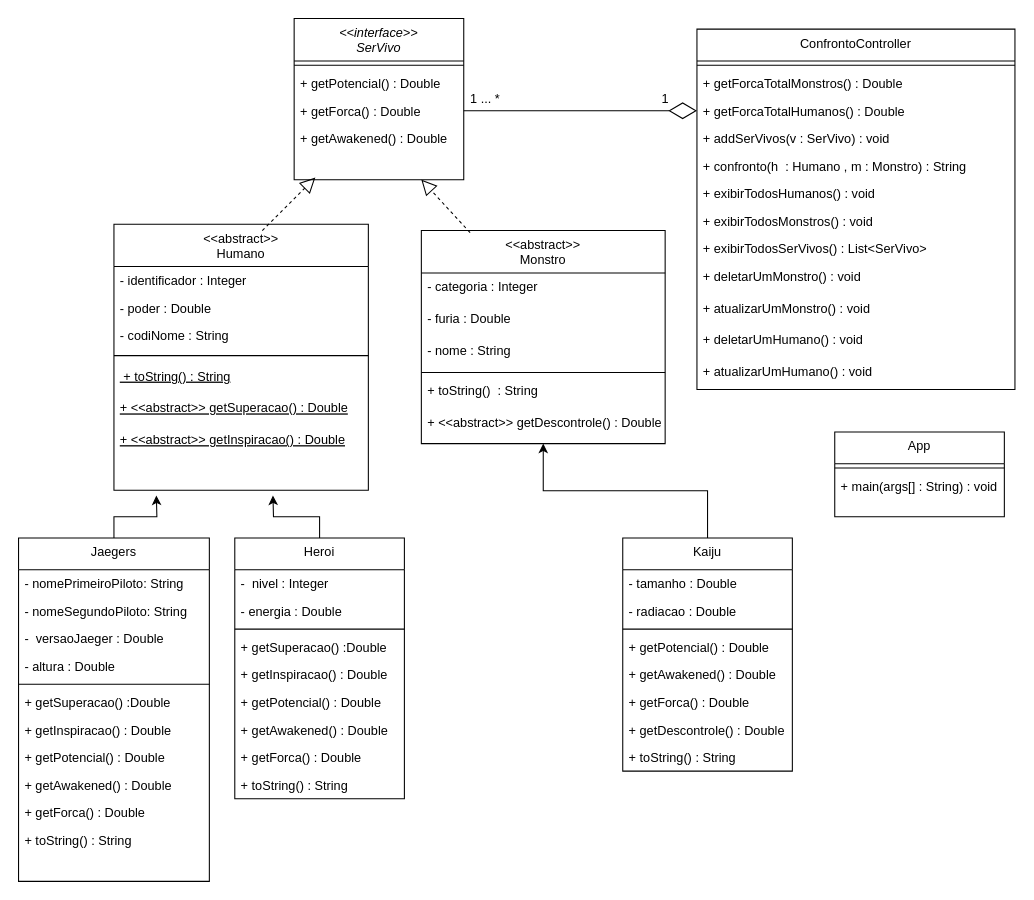
This is ClassDiagram.drawio from rafaelrodriguesbandtec/avaliacao-1, a draw.io file, before an edit. Source tidied: cells renumbered, new cells numbered last; positions are measured from the earlier drawing's top-left corner, leaving out a move shared by most shapes. Both pictures are drawn from the tidied source at 106%, with x=0, y=0 at pixel (18, 18).
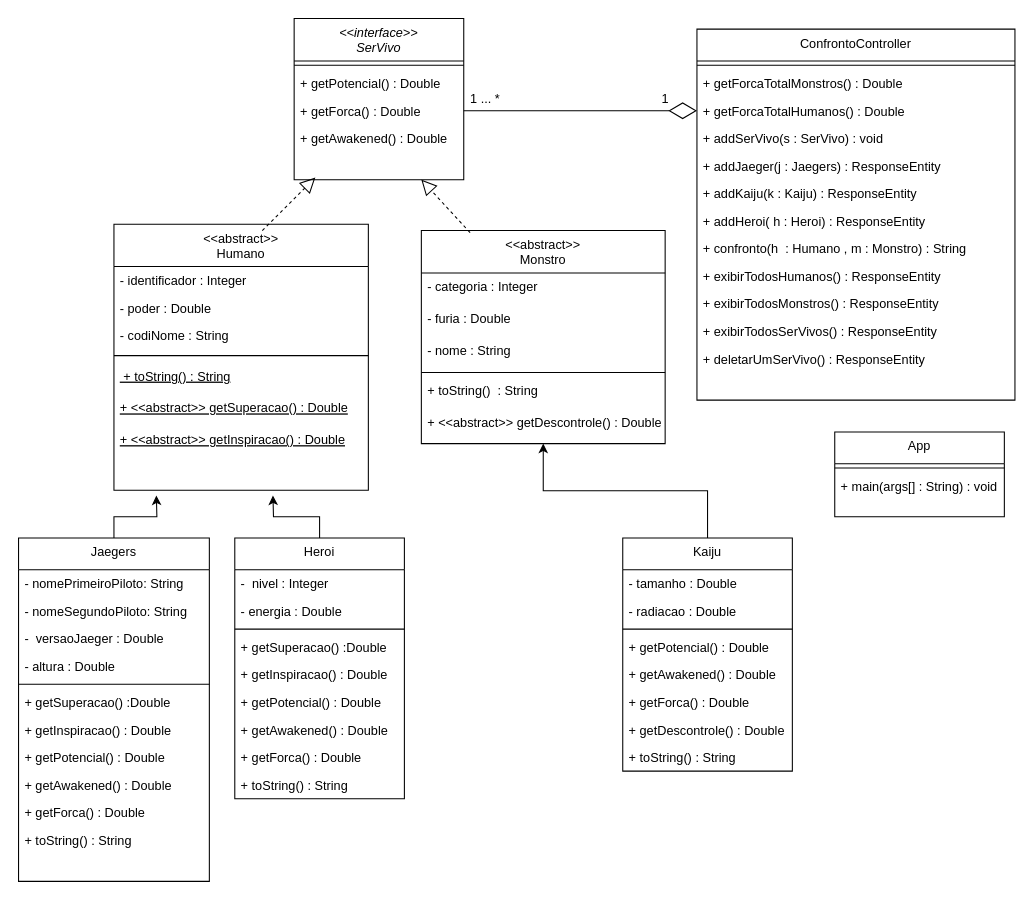
After the change.

Commit message:
ultimo ajuste

What changed in the source:
```diff
@@
     <mxCell id="8" value="ConfrontoController" style="swimlane;fontStyle=0;align=center;verticalAlign=top;horizontal=1;startSize=30;rounded=0;shadow=0;strokeWidth=1;" parent="1" vertex="1">
-      <mxGeometry x="640" y="10" width="300" height="340" as="geometry" />
+      <mxGeometry x="640" y="10" width="300" height="350" as="geometry" />
     </mxCell>
@@
-    <mxCell id="12" value="+ addSerVivos(v : SerVivo) : void" style="text;align=left;verticalAlign=top;spacingLeft=4;spacingRight=4;overflow=hidden;" parent="8" vertex="1">
+    <mxCell id="12" value="+ addSerVivo(s : SerVivo) : void" style="text;align=left;verticalAlign=top;spacingLeft=4;spacingRight=4;overflow=hidden;" parent="8" vertex="1">
       <mxGeometry y="90" width="300" height="26" as="geometry" />
     </mxCell>
+    <mxCell id="77" value="+ addJaeger(j : Jaegers) : ResponseEntity" style="text;align=left;verticalAlign=top;spacingLeft=4;spacingRight=4;overflow=hidden;" parent="8" vertex="1">
+      <mxGeometry y="116" width="300" height="26" as="geometry" />
+    </mxCell>
+    <mxCell id="78" value="+ addKaiju(k : Kaiju) : ResponseEntity" style="text;align=left;verticalAlign=top;spacingLeft=4;spacingRight=4;overflow=hidden;" parent="8" vertex="1">
+      <mxGeometry y="142" width="300" height="26" as="geometry" />
+    </mxCell>
+    <mxCell id="79" value="+ addHeroi( h : Heroi) : ResponseEntity" style="text;align=left;verticalAlign=top;spacingLeft=4;spacingRight=4;overflow=hidden;" parent="8" vertex="1">
+      <mxGeometry y="168" width="300" height="26" as="geometry" />
+    </mxCell>
     <mxCell id="13" value="+ confronto(h  : Humano , m : Monstro) : String" style="text;align=left;verticalAlign=top;spacingLeft=4;spacingRight=4;overflow=hidden;" parent="8" vertex="1">
-      <mxGeometry y="116" width="300" height="26" as="geometry" />
+      <mxGeometry y="194" width="300" height="26" as="geometry" />
     </mxCell>
-    <mxCell id="14" value="+ exibirTodosHumanos() : void" style="text;align=left;verticalAlign=top;spacingLeft=4;spacingRight=4;overflow=hidden;" parent="8" vertex="1">
-      <mxGeometry y="142" width="300" height="26" as="geometry" />
+    <mxCell id="14" value="+ exibirTodosHumanos() : ResponseEntity" style="text;align=left;verticalAlign=top;spacingLeft=4;spacingRight=4;overflow=hidden;" parent="8" vertex="1">
+      <mxGeometry y="220" width="300" height="26" as="geometry" />
     </mxCell>
-    <mxCell id="15" value="+ exibirTodosMonstros() : void" style="text;align=left;verticalAlign=top;spacingLeft=4;spacingRight=4;overflow=hidden;" parent="8" vertex="1">
-      <mxGeometry y="168" width="300" height="26" as="geometry" />
+    <mxCell id="15" value="+ exibirTodosMonstros() : ResponseEntity" style="text;align=left;verticalAlign=top;spacingLeft=4;spacingRight=4;overflow=hidden;" parent="8" vertex="1">
+      <mxGeometry y="246" width="300" height="26" as="geometry" />
     </mxCell>
-    <mxCell id="16" value="+ exibirTodosSerVivos() : List&lt;SerVivo&gt;&#10;" style="text;align=left;verticalAlign=top;spacingLeft=4;spacingRight=4;overflow=hidden;" parent="8" vertex="1">
-      <mxGeometry y="194" width="300" height="26" as="geometry" />
+    <mxCell id="16" value="+ exibirTodosSerVivos() : ResponseEntity&#10;" style="text;align=left;verticalAlign=top;spacingLeft=4;spacingRight=4;overflow=hidden;" parent="8" vertex="1">
+      <mxGeometry y="272" width="300" height="26" as="geometry" />
     </mxCell>
-    <mxCell id="17" value="+ deletarUmMonstro() : void" style="text;align=left;verticalAlign=top;spacingLeft=4;spacingRight=4;overflow=hidden;" parent="8" vertex="1">
-      <mxGeometry y="220" width="300" height="30" as="geometry" />
+    <mxCell id="17" value="+ deletarUmSerVivo() : ResponseEntity" style="text;align=left;verticalAlign=top;spacingLeft=4;spacingRight=4;overflow=hidden;" parent="8" vertex="1">
+      <mxGeometry y="298" width="300" height="30" as="geometry" />
     </mxCell>
-    <mxCell id="18" value="+ atualizarUmMonstro() : void" style="text;align=left;verticalAlign=top;spacingLeft=4;spacingRight=4;overflow=hidden;" parent="8" vertex="1">
-      <mxGeometry y="250" width="300" height="30" as="geometry" />
-    </mxCell>
-    <mxCell id="19" value="+ deletarUmHumano() : void" style="text;align=left;verticalAlign=top;spacingLeft=4;spacingRight=4;overflow=hidden;" parent="8" vertex="1">
-      <mxGeometry y="280" width="300" height="30" as="geometry" />
-    </mxCell>
-    <mxCell id="20" value="+ atualizarUmHumano() : void" style="text;align=left;verticalAlign=top;spacingLeft=4;spacingRight=4;overflow=hidden;" parent="8" vertex="1">
-      <mxGeometry y="310" width="300" height="30" as="geometry" />
-    </mxCell>
```
